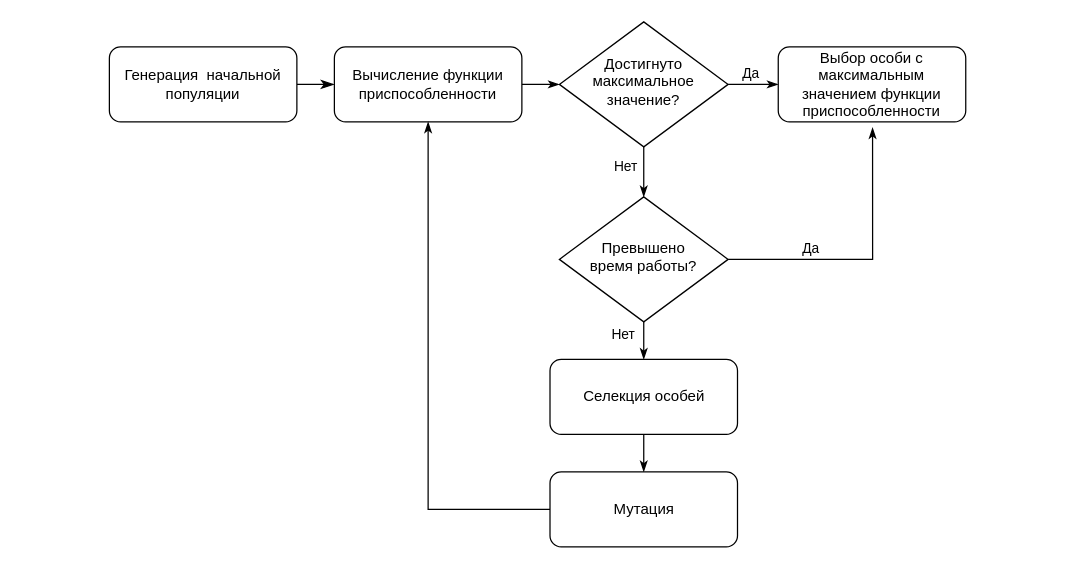
PakhomovAlexander/dissertation keeps this draw.io diagram as images/Genetic_alhorithm-3.drawio. Above is the earlier version. Source tidied: cells renumbered, new cells numbered last; positions are measured from the earlier drawing's top-left corner, leaving out a move shared by most shapes. Both pictures are drawn from the tidied source at 125%, with x=0, y=0 at pixel (109, 21).
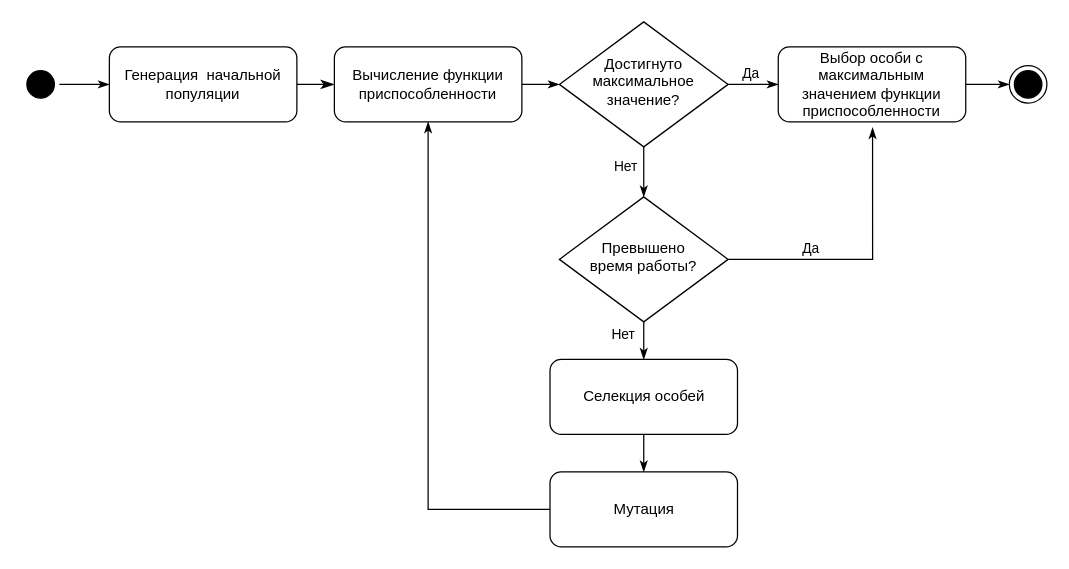
The same diagram, later.

Unchanged cells that the change refers to:
```xml
<mxCell id="3" value="Генерация &amp;nbsp;начальной популяции" style="rounded=1;whiteSpace=wrap;html=1;fontSize=12;glass=0;strokeWidth=1;shadow=0;" parent="1" vertex="1">
  <mxGeometry y="20" width="150" height="60" as="geometry" />
</mxCell>
<mxCell id="19" value="Выбор особи с максимальным значением&amp;nbsp;функции приспособленности" style="rounded=1;whiteSpace=wrap;html=1;fontSize=12;glass=0;strokeWidth=1;shadow=0;" parent="1" vertex="1">
  <mxGeometry x="535.1" y="20" width="150" height="60" as="geometry" />
</mxCell>
```

What changed in the source:
```diff
@@
+    <mxCell id="20" style="edgeStyle=orthogonalEdgeStyle;rounded=0;jettySize=auto;html=1;entryX=0;entryY=0.5;entryDx=0;entryDy=0;endArrow=classicThin;endFill=1;" parent="1" edge="1" source="19" target="23">
+      <mxGeometry relative="1" as="geometry" />
+    </mxCell>
@@
+    <mxCell id="21" style="edgeStyle=orthogonalEdgeStyle;rounded=0;jettySize=auto;html=1;entryX=0;entryY=0.5;entryDx=0;entryDy=0;endArrow=classicThin;endFill=1;" parent="1" edge="1" source="22" target="3">
+      <mxGeometry relative="1" as="geometry" />
+    </mxCell>
+    <mxCell id="22" style="ellipse;html=1;shape=startState;fillColor=#000000;" parent="1" vertex="1">
+      <mxGeometry x="-70" y="35" width="30" height="30" as="geometry" />
+    </mxCell>
+    <mxCell id="23" style="ellipse;html=1;shape=endState;fillColor=#000000;" parent="1" vertex="1">
+      <mxGeometry x="720" y="35" width="30" height="30" as="geometry" />
+    </mxCell>
```
